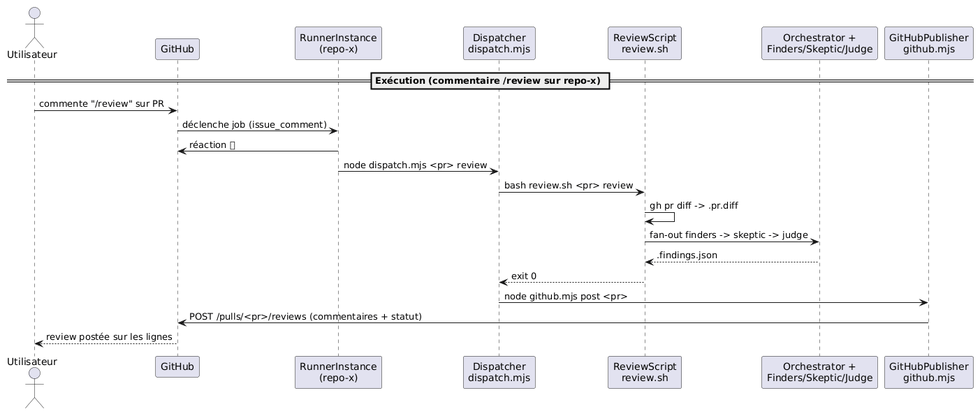
davidaddi/digiteka-pr-autoreview keeps this PlantUML diagram as docs/uml/step2.png. Above is the earlier version.
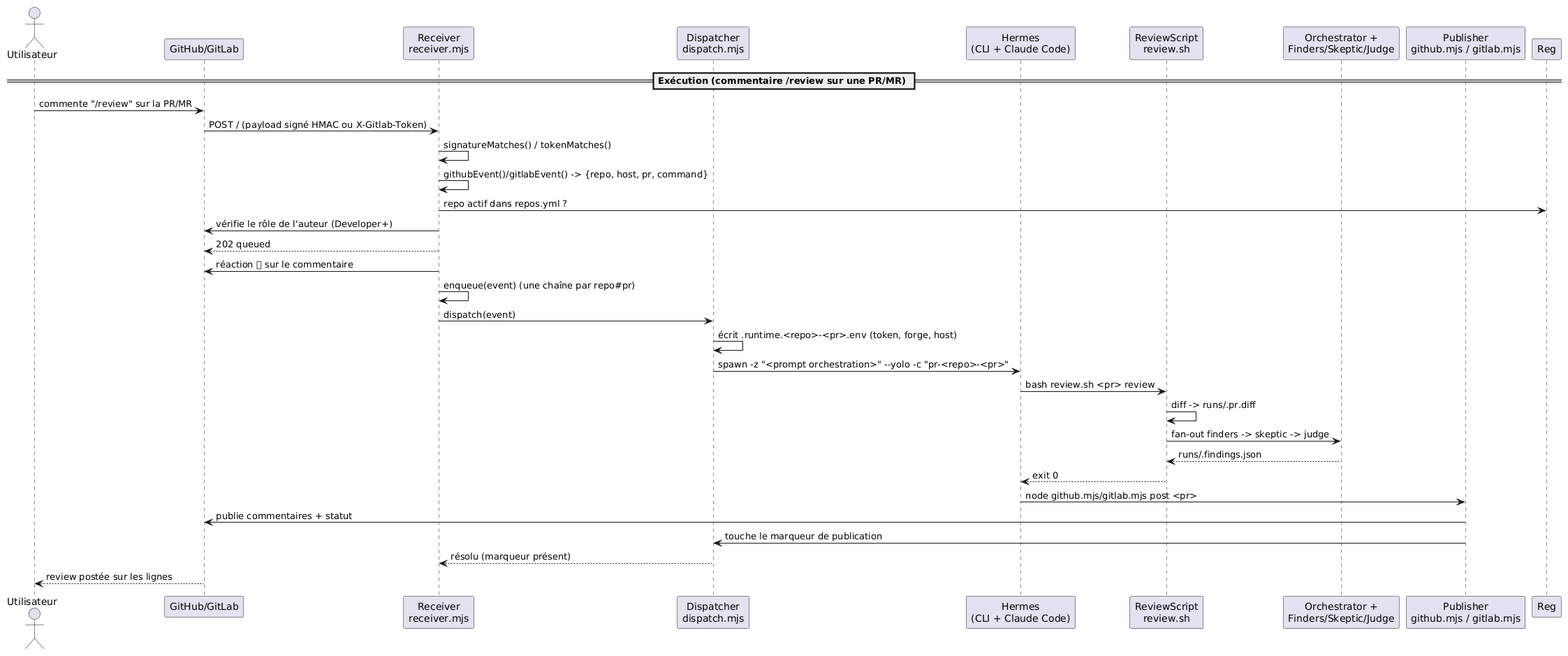
The same diagram one commit later.

The edit, as a diff of the source:
```diff
@@ -1,24 +1,35 @@
 @startuml
-== Exécution (commentaire /review sur repo-x) ==
+== Exécution (commentaire /review sur une PR/MR) ==
 
 actor Utilisateur
-participant "GitHub" as GHub
-participant "RunnerInstance\n(repo-x)" as Runner
+participant "GitHub/GitLab" as Forge
+participant "Receiver\nreceiver.mjs" as Recv
 participant "Dispatcher\ndispatch.mjs" as Disp
+participant "Hermes\n(CLI + Claude Code)" as Hermes
 participant "ReviewScript\nreview.sh" as Rev
 participant "Orchestrator +\nFinders/Skeptic/Judge" as Orch
-participant "GitHubPublisher\ngithub.mjs" as Pub
+participant "Publisher\ngithub.mjs / gitlab.mjs" as Pub
 
-Utilisateur -> GHub : commente "/review" sur PR
-GHub -> Runner : déclenche job (issue_comment)
-Runner -> GHub : réaction 👀
-Runner -> Disp : node dispatch.mjs <pr> review
-Disp -> Rev : bash review.sh <pr> review
-Rev -> Rev : gh pr diff -> .pr.diff
+Utilisateur -> Forge : commente "/review" sur la PR/MR
+Forge -> Recv : POST / (payload signé HMAC ou X-Gitlab-Token)
+Recv -> Recv : signatureMatches() / tokenMatches()
+Recv -> Recv : githubEvent()/gitlabEvent() -> {repo, host, pr, command}
+Recv -> Reg : repo actif dans repos.yml ?
+Recv -> Forge : vérifie le rôle de l'auteur (Developer+)
+Recv --> Forge : 202 queued
+Recv -> Forge : réaction 👀 sur le commentaire
+Recv -> Recv : enqueue(event) (une chaîne par repo#pr)
+Recv -> Disp : dispatch(event)
+Disp -> Disp : écrit .runtime.<repo>-<pr>.env (token, forge, host)
+Disp -> Hermes : spawn -z "<prompt orchestration>" --yolo -c "pr-<repo>-<pr>"
+Hermes -> Rev : bash review.sh <pr> review
+Rev -> Rev : diff -> runs/.pr.diff
 Rev -> Orch : fan-out finders -> skeptic -> judge
-Orch --> Rev : .findings.json
-Rev --> Disp : exit 0
-Disp -> Pub : node github.mjs post <pr>
-Pub -> GHub : POST /pulls/<pr>/reviews (commentaires + statut)
-GHub --> Utilisateur : review postée sur les lignes
+Orch --> Rev : runs/.findings.json
+Rev --> Hermes : exit 0
+Hermes -> Pub : node github.mjs/gitlab.mjs post <pr>
+Pub -> Forge : publie commentaires + statut
+Pub -> Disp : touche le marqueur de publication
+Disp --> Recv : résolu (marqueur présent)
+Forge --> Utilisateur : review postée sur les lignes
 @enduml
```
